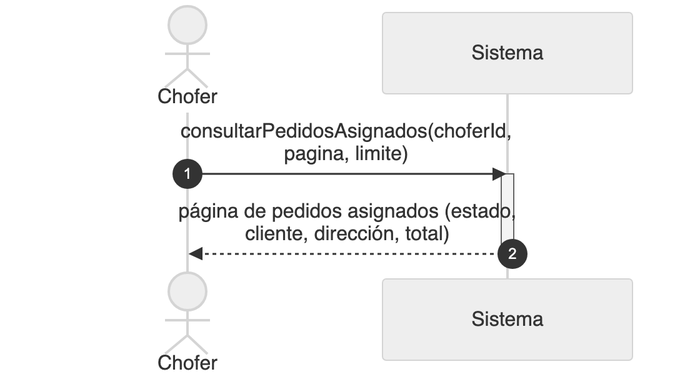
This is diagramas/png/DSS_CU-081_Consultar-Los-Pedidos-Asignados-Al-Chofer.png from Nahuelito-Dev/splg-docs, a Mermaid export, as it was before one commit. Its source is kept beside it as diagramas/DSS_CU-081_Consultar-Los-Pedidos-Asignados-Al-Chofer.mmd.
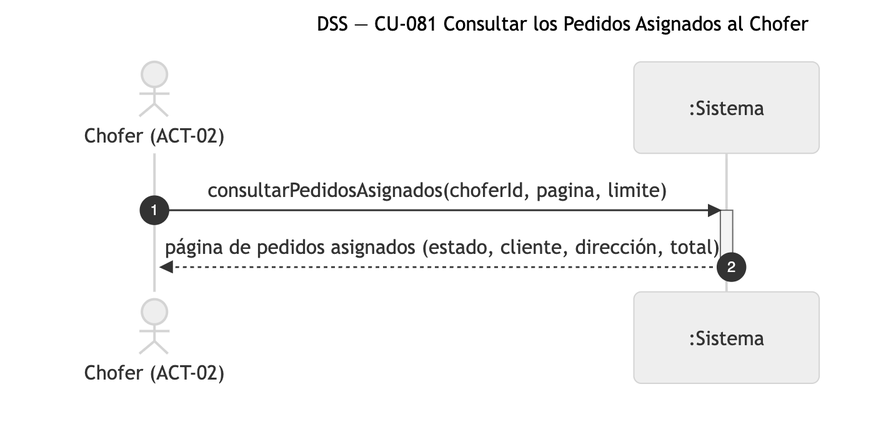
The same file after the commit.

Diff of the diagram source:
```diff
@@ -1,8 +1,8 @@
 sequenceDiagram
-    title DSS — CU-081 Consultar Los Pedidos Asignados Al Chofer
+    title DSS — CU-081 Consultar los Pedidos Asignados al Chofer
     autonumber
-    actor CHO as Chofer
-    participant SIS as Sistema
+    actor CHO as Chofer (ACT-02)
+    participant SIS as :Sistema
 
     CHO->>SIS: consultarPedidosAsignados(choferId, pagina, limite)
     activate SIS
```
